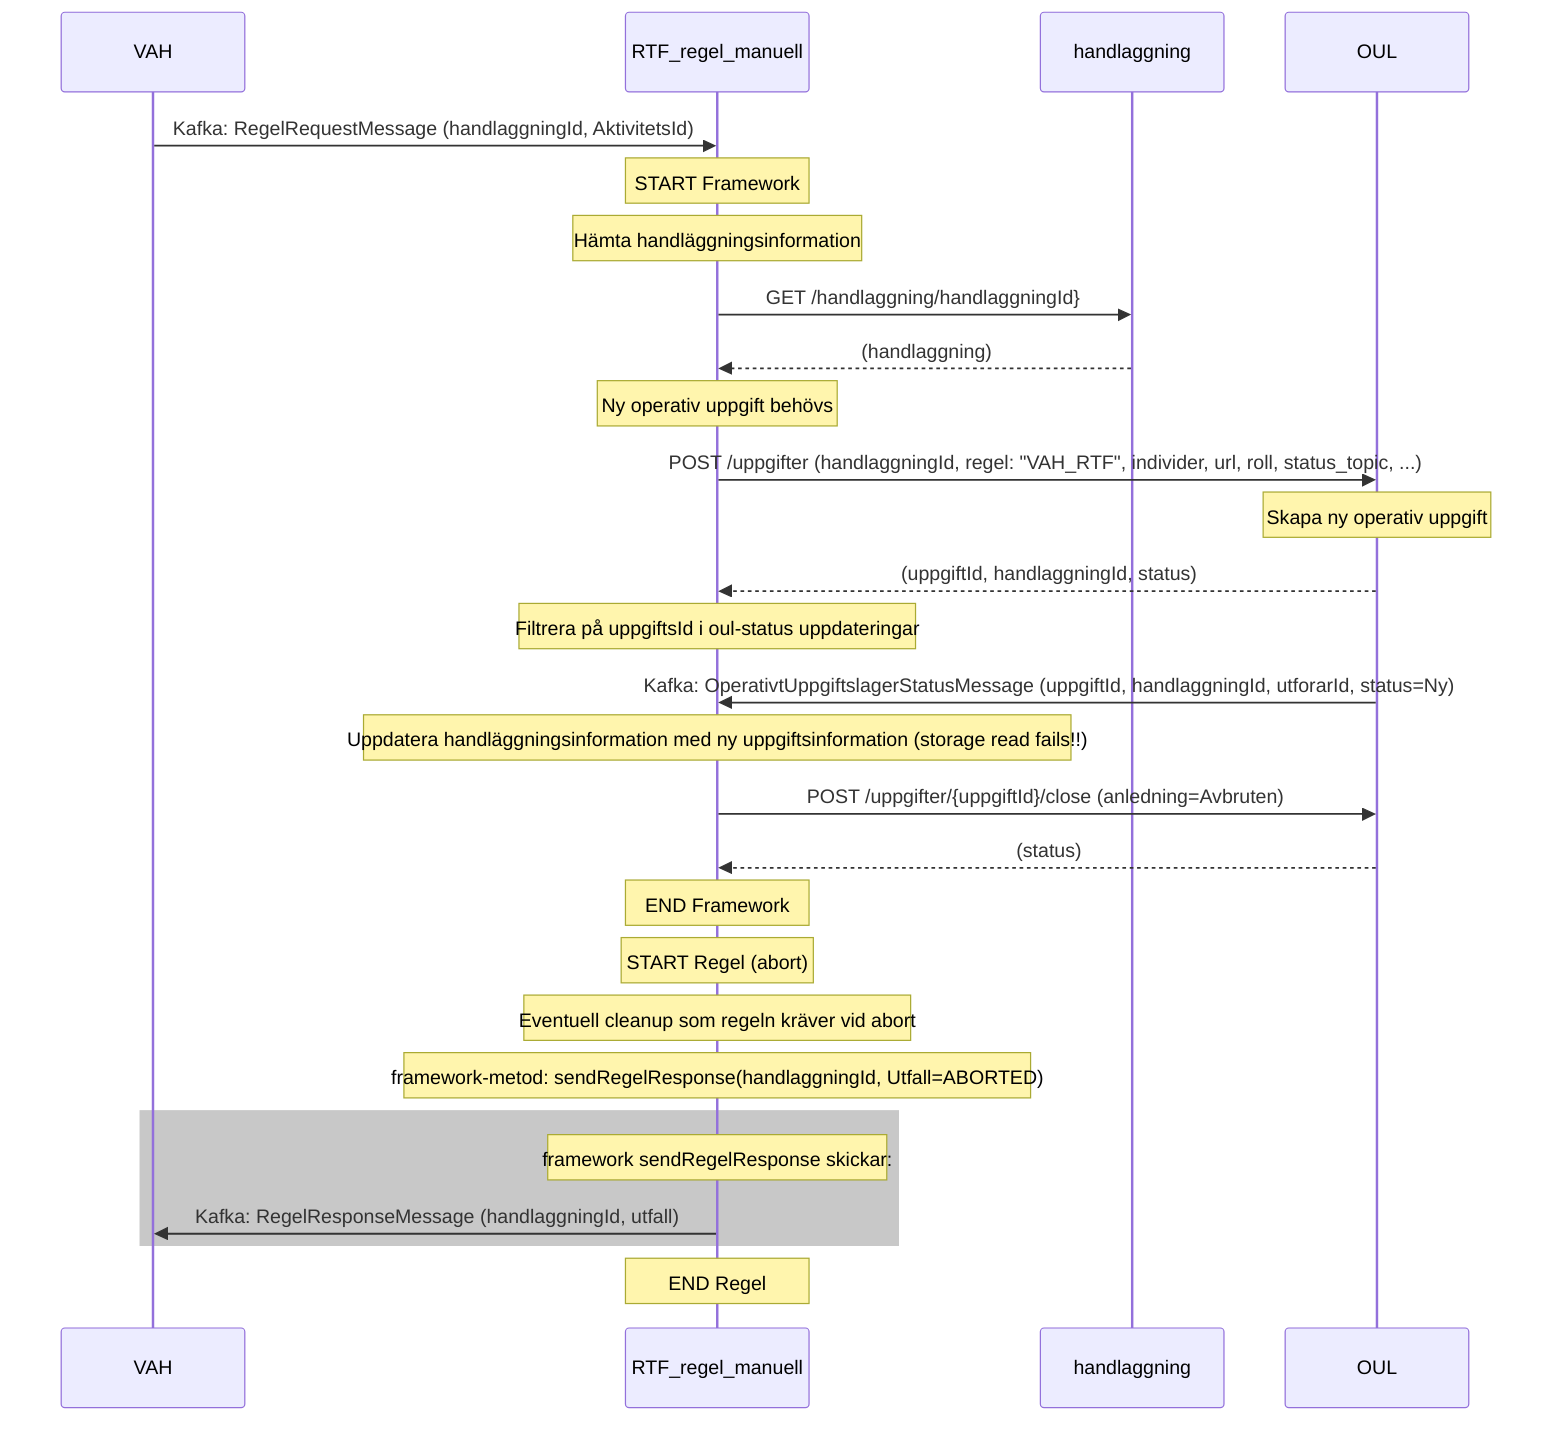
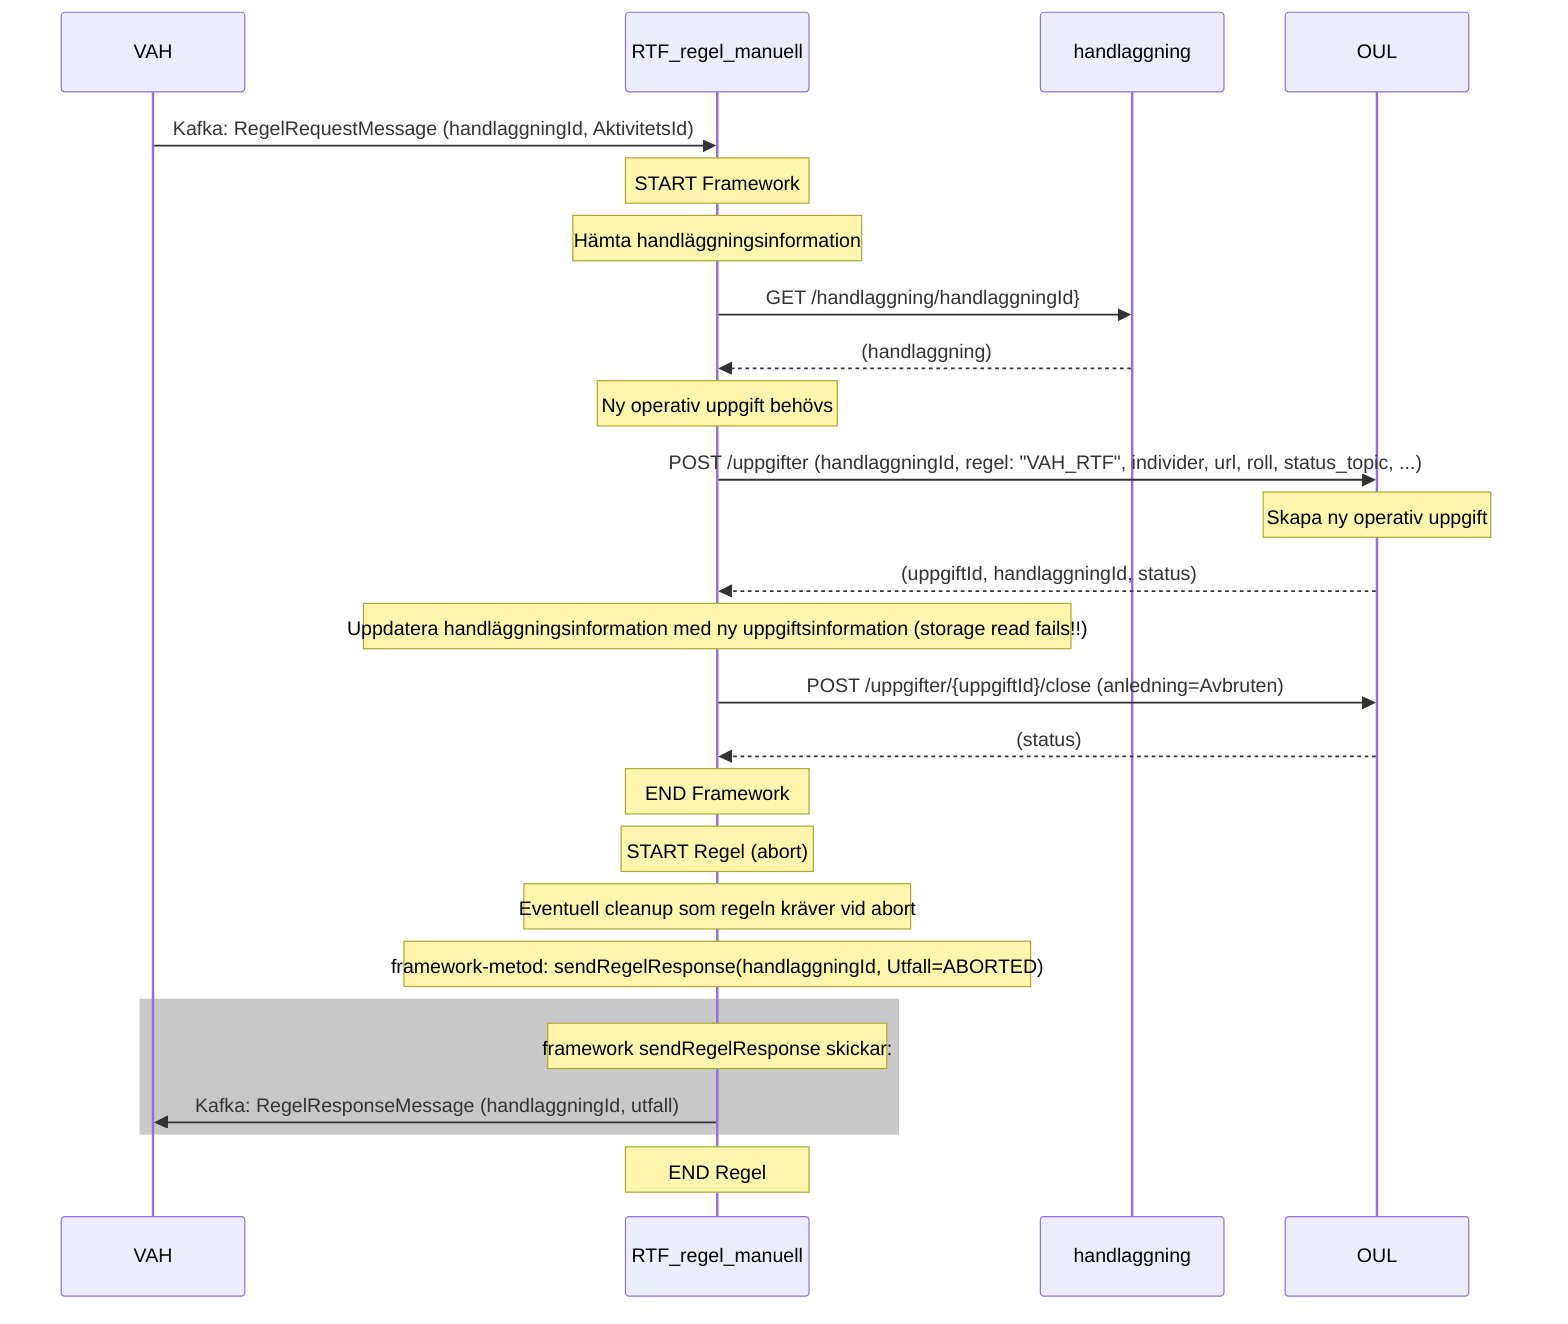
sequenceDiagram

VAH ->> RTF_regel_manuell: Kafka: RegelRequestMessage (handlaggningId, AktivitetsId)


    note over RTF_regel_manuell: START Framework

    note over RTF_regel_manuell: Hämta handläggningsinformation
    RTF_regel_manuell ->> handlaggning: GET /handlaggning/handlaggningId}
    handlaggning -->> RTF_regel_manuell: (handlaggning)

    note over RTF_regel_manuell: Ny operativ uppgift behövs
    RTF_regel_manuell ->> OUL: POST /uppgifter (handlaggningId, regel: "VAH_RTF", individer, url, roll, status_topic, ...)
    note over OUL: Skapa ny operativ uppgift
    OUL -->> RTF_regel_manuell: (uppgiftId, handlaggningId, status)
- 
-     note over RTF_regel_manuell: Filtrera på uppgiftsId i oul-status uppdateringar
-     OUL ->> RTF_regel_manuell: Kafka: OperativtUppgiftslagerStatusMessage (uppgiftId, handlaggningId, utforarId, status=Ny)

    note over RTF_regel_manuell: Uppdatera handläggningsinformation med ny uppgiftsinformation (storage read fails!!)



    RTF_regel_manuell ->> OUL: POST /uppgifter/{uppgiftId}/close (anledning=Avbruten)
    OUL -->> RTF_regel_manuell: (status)

    note over RTF_regel_manuell: END Framework


note over RTF_regel_manuell: START Regel (abort)
note over RTF_regel_manuell: Eventuell cleanup som regeln kräver vid abort
note over RTF_regel_manuell: framework-metod: sendRegelResponse(handlaggningId, Utfall=ABORTED)

    rect rgb(200, 200, 200)
        note over RTF_regel_manuell: framework sendRegelResponse skickar:
        RTF_regel_manuell ->> VAH: Kafka: RegelResponseMessage (handlaggningId, utfall)
    end

note over RTF_regel_manuell: END Regel
